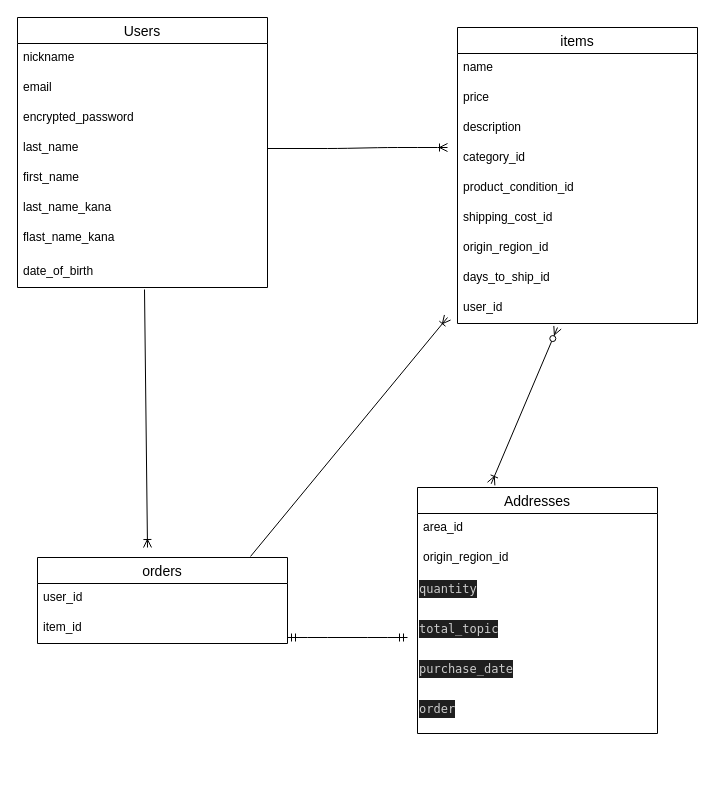
The draw.io diagram page "ページ1" (1 of 2) of app/views/test.dio in asoy1206upi/furima-39647, before the edit. Source tidied: cells renumbered, new cells numbered last; positions are measured from the earlier drawing's top-left corner, leaving out a move shared by most shapes. Both pictures are drawn from the tidied source at 100%, with x=0, y=0 at pixel (17, 17).
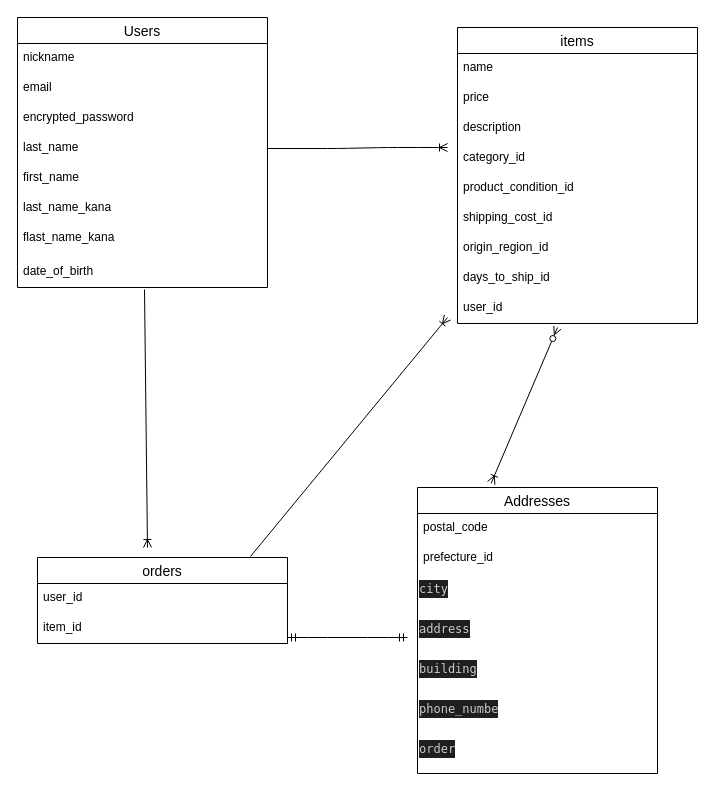
The same page after the edit.

Commit message (it also covers changes not shown here):
建物オプション修正

The edit, as a diff of the source:
```diff
@@
     <mxCell id="22" value="Addresses" style="swimlane;fontStyle=0;horizontal=1;startSize=26;align=center;fontSize=14;" parent="1" vertex="1">
-      <mxGeometry x="400" y="470" width="240" height="246" as="geometry" />
+      <mxGeometry x="400" y="470" width="240" height="286" as="geometry" />
     </mxCell>
-    <mxCell id="23" value="area_id" style="text;strokeColor=none;fillColor=none;spacingLeft=4;spacingRight=4;overflow=hidden;fontSize=12;" parent="22" vertex="1">
+    <mxCell id="23" value="postal_code" style="text;strokeColor=none;fillColor=none;spacingLeft=4;spacingRight=4;overflow=hidden;fontSize=12;" parent="22" vertex="1">
       <mxGeometry y="26" width="240" height="30" as="geometry" />
     </mxCell>
-    <mxCell id="24" value="origin_region_id" style="text;strokeColor=none;fillColor=none;spacingLeft=4;spacingRight=4;overflow=hidden;fontSize=12;" parent="22" vertex="1">
+    <mxCell id="24" value="prefecture_id" style="text;strokeColor=none;fillColor=none;spacingLeft=4;spacingRight=4;overflow=hidden;fontSize=12;" parent="22" vertex="1">
       <mxGeometry y="56" width="240" height="30" as="geometry" />
     </mxCell>
-    <mxCell id="25" value="&lt;div style=&quot;color: rgb(204, 204, 204); background-color: rgb(31, 31, 31); font-family: Menlo, Monaco, &amp;quot;Courier New&amp;quot;, monospace; font-weight: normal; font-size: 12px; line-height: 18px;&quot;&gt;&lt;div style=&quot;line-height: 18px;&quot;&gt;&lt;div style=&quot;line-height: 18px;&quot;&gt;quantity&lt;/div&gt;&lt;/div&gt;&lt;/div&gt;" style="text;whiteSpace=wrap;html=1;" parent="22" vertex="1">
+    <mxCell id="25" value="&lt;div style=&quot;color: rgb(204, 204, 204); background-color: rgb(31, 31, 31); font-family: Menlo, Monaco, &amp;quot;Courier New&amp;quot;, monospace; font-weight: normal; font-size: 12px; line-height: 18px;&quot;&gt;&lt;div style=&quot;line-height: 18px;&quot;&gt;&lt;div style=&quot;line-height: 18px;&quot;&gt;&lt;div style=&quot;line-height: 18px;&quot;&gt;city&lt;/div&gt;&lt;/div&gt;&lt;/div&gt;&lt;/div&gt;" style="text;whiteSpace=wrap;html=1;" parent="22" vertex="1">
       <mxGeometry y="86" width="240" height="40" as="geometry" />
     </mxCell>
-    <mxCell id="26" value="&lt;div style=&quot;color: rgb(204, 204, 204); background-color: rgb(31, 31, 31); font-family: Menlo, Monaco, &amp;quot;Courier New&amp;quot;, monospace; font-weight: normal; font-size: 12px; line-height: 18px;&quot;&gt;&lt;div style=&quot;line-height: 18px;&quot;&gt;total_topic&lt;/div&gt;&lt;/div&gt;" style="text;whiteSpace=wrap;html=1;" parent="22" vertex="1">
+    <mxCell id="26" value="&lt;div style=&quot;color: rgb(204, 204, 204); background-color: rgb(31, 31, 31); font-family: Menlo, Monaco, &amp;quot;Courier New&amp;quot;, monospace; font-weight: normal; font-size: 12px; line-height: 18px;&quot;&gt;&lt;div style=&quot;line-height: 18px;&quot;&gt;&lt;div style=&quot;line-height: 18px;&quot;&gt;address&lt;/div&gt;&lt;/div&gt;&lt;/div&gt;" style="text;whiteSpace=wrap;html=1;" parent="22" vertex="1">
       <mxGeometry y="126" width="240" height="40" as="geometry" />
     </mxCell>
-    <mxCell id="27" value="&lt;div style=&quot;color: rgb(204, 204, 204); background-color: rgb(31, 31, 31); font-family: Menlo, Monaco, &amp;quot;Courier New&amp;quot;, monospace; font-weight: normal; font-size: 12px; line-height: 18px;&quot;&gt;&lt;div style=&quot;line-height: 18px;&quot;&gt;purchase_date&lt;/div&gt;&lt;/div&gt;" style="text;whiteSpace=wrap;html=1;" parent="22" vertex="1">
+    <mxCell id="27" value="&lt;div style=&quot;color: rgb(204, 204, 204); background-color: rgb(31, 31, 31); font-family: Menlo, Monaco, &amp;quot;Courier New&amp;quot;, monospace; font-weight: normal; font-size: 12px; line-height: 18px;&quot;&gt;&lt;div style=&quot;line-height: 18px;&quot;&gt;&lt;div style=&quot;line-height: 18px;&quot;&gt;building &lt;/div&gt;&lt;/div&gt;&lt;/div&gt;" style="text;whiteSpace=wrap;html=1;" parent="22" vertex="1">
       <mxGeometry y="166" width="240" height="40" as="geometry" />
     </mxCell>
-    <mxCell id="28" value="&lt;div style=&quot;color: rgb(204, 204, 204); background-color: rgb(31, 31, 31); font-family: Menlo, Monaco, &amp;quot;Courier New&amp;quot;, monospace; font-weight: normal; font-size: 12px; line-height: 18px;&quot;&gt;&lt;div style=&quot;line-height: 18px;&quot;&gt;&lt;div style=&quot;line-height: 18px;&quot;&gt;order&lt;/div&gt;&lt;/div&gt;&lt;/div&gt;" style="text;whiteSpace=wrap;html=1;" parent="22" vertex="1">
+    <mxCell id="28" value="&lt;div style=&quot;color: rgb(204, 204, 204); background-color: rgb(31, 31, 31); font-family: Menlo, Monaco, &amp;quot;Courier New&amp;quot;, monospace; font-weight: normal; font-size: 12px; line-height: 18px;&quot;&gt;&lt;div style=&quot;line-height: 18px;&quot;&gt;&lt;div style=&quot;line-height: 18px;&quot;&gt;&lt;div style=&quot;line-height: 18px;&quot;&gt;phone_numbe&lt;/div&gt;&lt;/div&gt;&lt;/div&gt;&lt;/div&gt;" style="text;whiteSpace=wrap;html=1;" parent="22" vertex="1">
       <mxGeometry y="206" width="240" height="40" as="geometry" />
     </mxCell>
+    <mxCell id="36" value="&lt;div style=&quot;color: rgb(204, 204, 204); background-color: rgb(31, 31, 31); font-family: Menlo, Monaco, &amp;quot;Courier New&amp;quot;, monospace; font-weight: normal; font-size: 12px; line-height: 18px;&quot;&gt;&lt;div style=&quot;line-height: 18px;&quot;&gt;&lt;div style=&quot;line-height: 18px;&quot;&gt;&lt;div style=&quot;line-height: 18px;&quot;&gt;order &lt;/div&gt;&lt;/div&gt;&lt;/div&gt;&lt;/div&gt;" style="text;whiteSpace=wrap;html=1;" parent="22" vertex="1">
+      <mxGeometry y="246" width="240" height="40" as="geometry" />
+    </mxCell>
```
